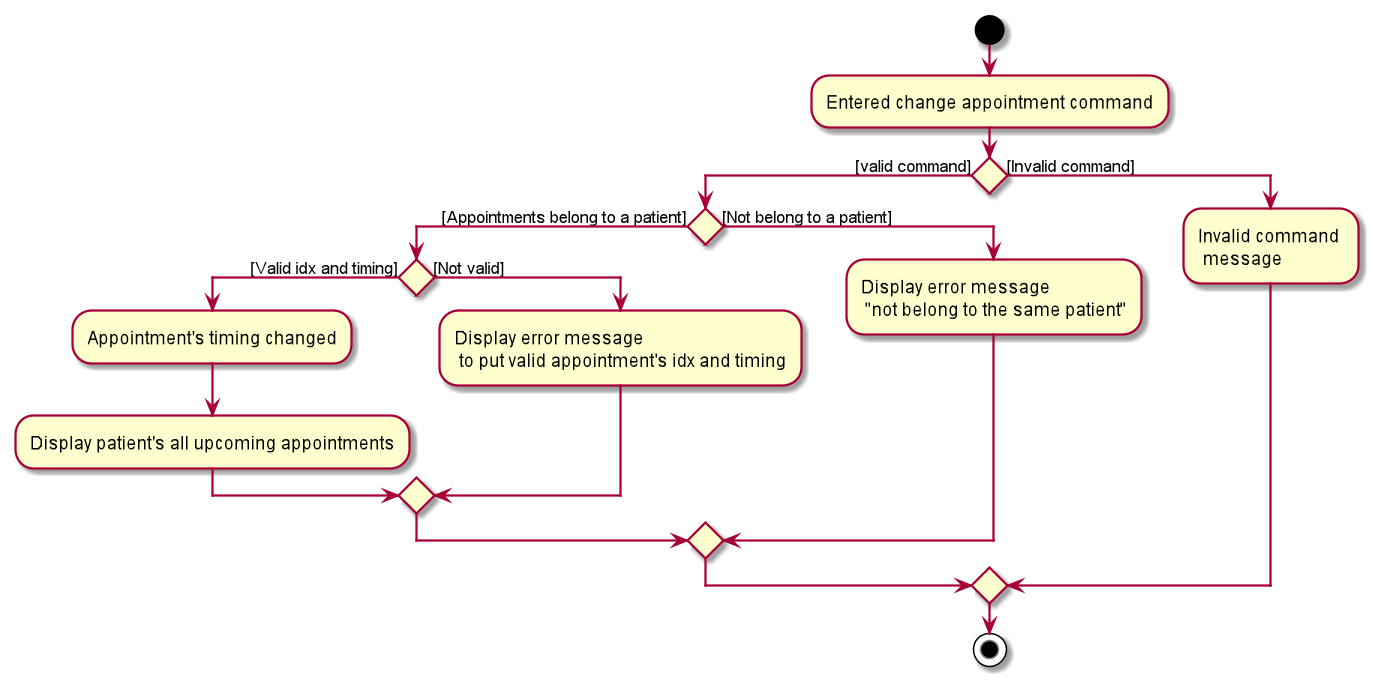
Before: docs/images/ChangeAppointmentActivityDiagram.png, a diagram exported from PlantUML (nus-cs2103-AY1920S1/addressbook-level3). The source it was exported from:
```plantuml
@startuml

start
-Entered change appointment command
if () then ([valid command])

    if () then ([Appointments belong to a patient])
        if() then ([Valid idx and timing])
        -Appointment's timing changed
        -Display patient's all upcoming appointments

        else ([Not valid])
        -Display error message\n to put valid appointment's idx and timing
        endif

    else ([Not belong to a patient])
    -Display error message\n "not belong to the same patient"
    endif

else ([Invalid command])
-Invalid command \n message
endif

stop
@enduml
```
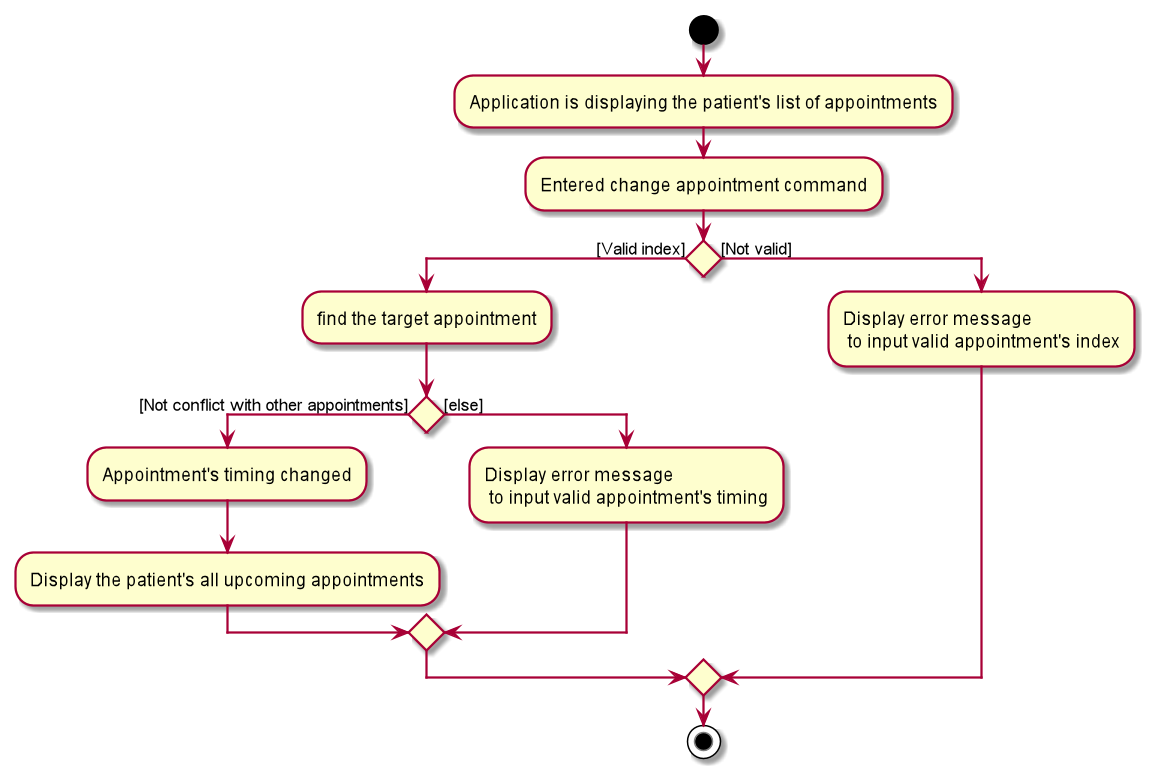
Above is the later version.

What changed in the source:
```diff
@@ -1,25 +1,20 @@
 @startuml
 
 start
+-Application is displaying the patient's list of appointments
 -Entered change appointment command
-if () then ([valid command])
+        if() then ([Valid index])
+        -find the target appointment
 
-    if () then ([Appointments belong to a patient])
-        if() then ([Valid idx and timing])
-        -Appointment's timing changed
-        -Display patient's all upcoming appointments
+            if() then ([Not conflict with other appointments])
+            -Appointment's timing changed
+            -Display the patient's all upcoming appointments
 
+            else ([else])
+            -Display error message\n to input valid appointment's timing
+            endif
         else ([Not valid])
-        -Display error message\n to put valid appointment's idx and timing
+        -Display error message\n to input valid appointment's index
         endif
-
-    else ([Not belong to a patient])
-    -Display error message\n "not belong to the same patient"
-    endif
-
-else ([Invalid command])
--Invalid command \n message
-endif
-
 stop
 @enduml
```
